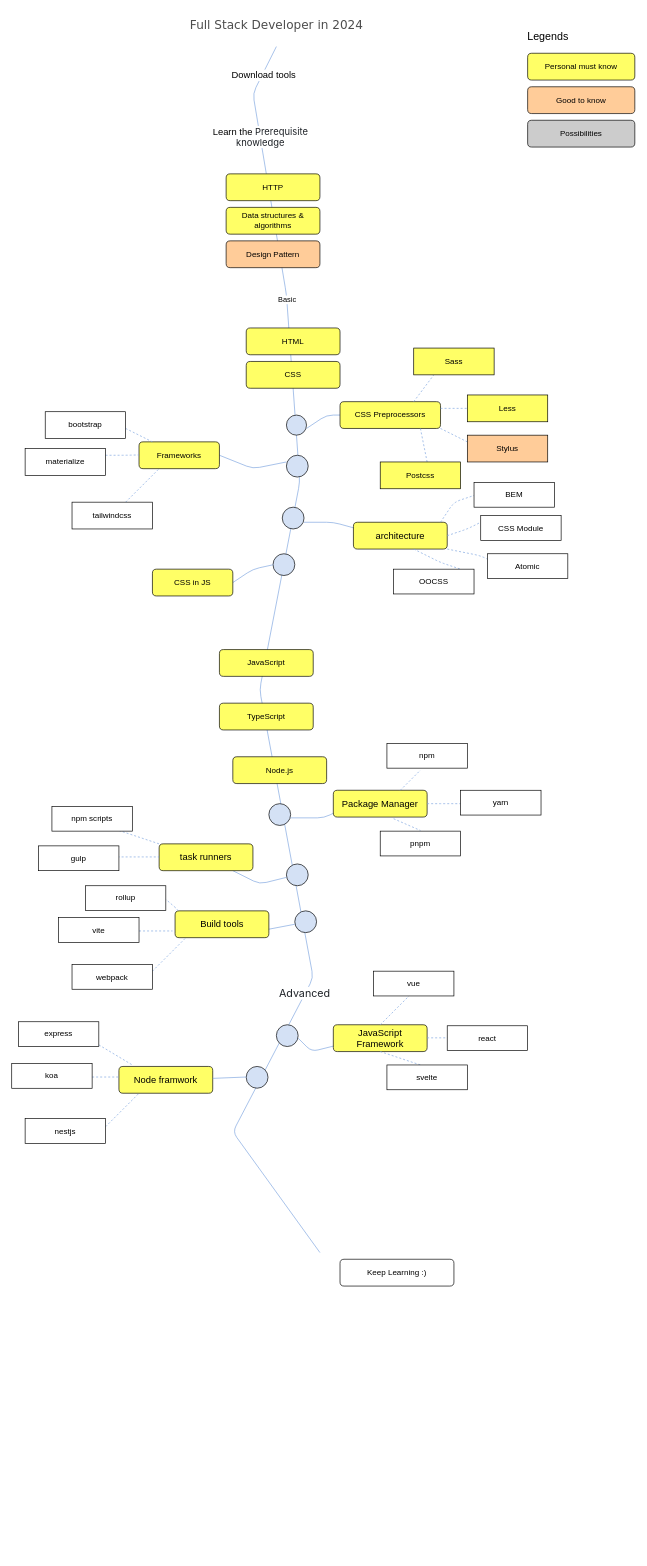
Above: full-stack-developer-roadmap.drawio in yaxingson/full-stack-developer-roadmap (draw.io), before the change. Source tidied: cells renumbered, new cells numbered last; positions are measured from the earlier drawing's top-left corner, leaving out a move shared by most shapes. Both pictures are drawn from the tidied source at 67%, with x=0, y=0 at pixel (11, 11).
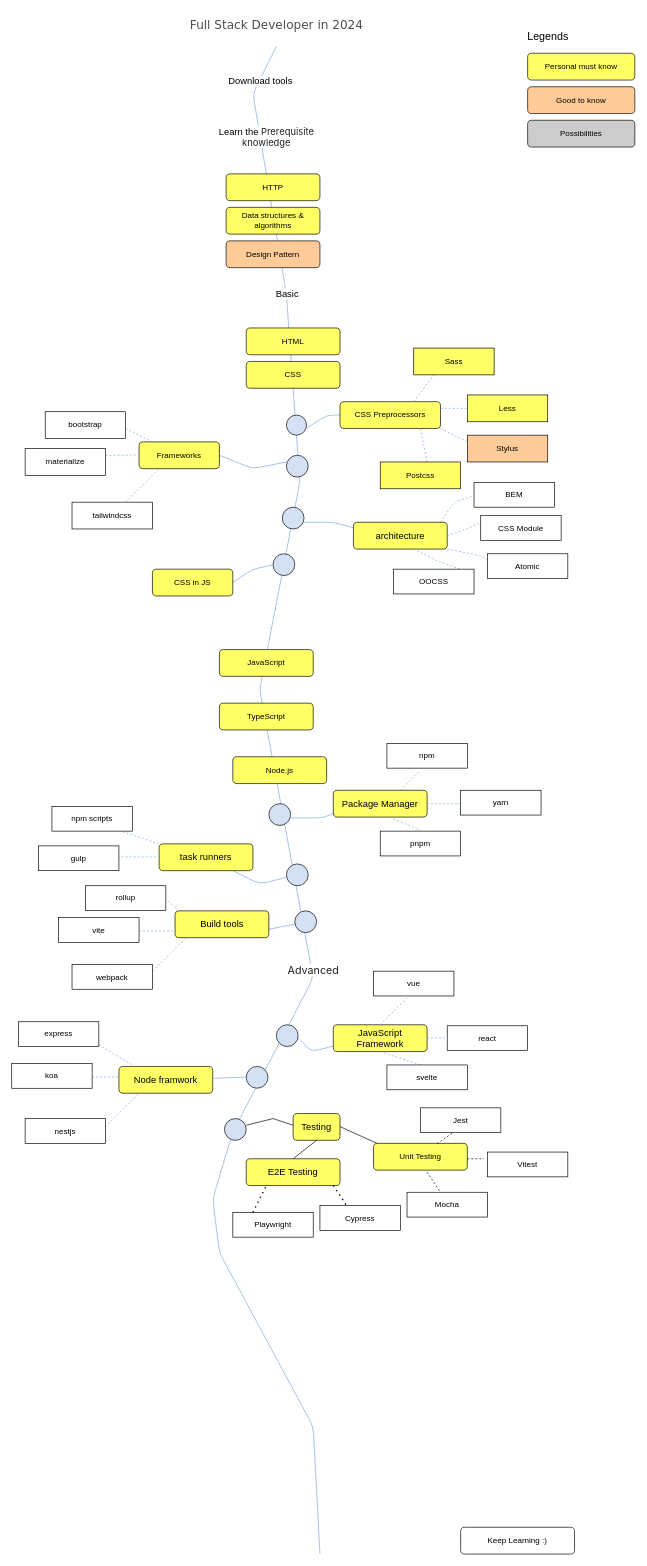
Above is the later version.

Change to the diagram source:
```diff
@@
     <mxCell id="7" value="Keep Learning :)" style="whiteSpace=wrap;html=1;rounded=1;" parent="1" vertex="1">
-      <mxGeometry x="490" y="1862" width="170" height="40" as="geometry" />
+      <mxGeometry x="670" y="2262" width="170" height="40" as="geometry" />
     </mxCell>
     <mxCell id="8" style="endArrow=none;html=1;rounded=1;strokeColor=#7EA6E0;" parent="1" edge="1">
       <mxGeometry relative="1" as="geometry">
-        <mxPoint x="460" y="1852" as="sourcePoint" />
+        <mxPoint x="460" y="2302" as="sourcePoint" />
         <mxPoint x="395" y="52" as="targetPoint" />
         <Array as="points">
+          <mxPoint x="450" y="2112" />
+          <mxPoint x="310" y="1852" />
+          <mxPoint x="300" y="1772" />
           <mxPoint x="330" y="1672" />
           <mxPoint x="450" y="1442" />
           <mxPoint x="370" y="1012" />
           <mxPoint x="430" y="702" />
           <mxPoint x="410" y="422" />
           <mxPoint x="360" y="122" />
         </Array>
       </mxGeometry>
     </mxCell>
@@
     <mxCell id="10" value="Learn the&amp;nbsp;&lt;span style=&quot;color: rgb(31, 35, 40); font-family: -apple-system, BlinkMacSystemFont, &amp;quot;Segoe UI&amp;quot;, &amp;quot;Noto Sans&amp;quot;, Helvetica, Arial, sans-serif, &amp;quot;Apple Color Emoji&amp;quot;, &amp;quot;Segoe UI Emoji&amp;quot;; text-align: left; text-wrap: wrap;&quot;&gt;Prerequisite knowledge&lt;/span&gt;" style="edgeLabel;html=1;align=center;verticalAlign=middle;rounded=1;fontSize=14;" parent="8" vertex="1">
       <mxGeometry x="0.75" y="-1" relative="1" as="geometry">
-        <mxPoint x="-17" y="-93" as="offset" />
+        <mxPoint x="-17" y="-147" as="offset" />
       </mxGeometry>
     </mxCell>
-    <mxCell id="11" value="Basic" style="edgeLabel;html=1;align=center;verticalAlign=middle;rounded=1;" parent="8" vertex="1">
+    <mxCell id="11" value="Basic" style="edgeLabel;html=1;align=center;verticalAlign=middle;rounded=1;spacing=14;fontSize=14;" parent="8" vertex="1">
       <mxGeometry x="0.37" y="-2" relative="1" as="geometry">
-        <mxPoint x="-17" y="-207" as="offset" />
+        <mxPoint x="-7" y="-357" as="offset" />
       </mxGeometry>
     </mxCell>
     <mxCell id="12" value="&lt;span style=&quot;color: rgb(31, 35, 40); font-family: -apple-system, BlinkMacSystemFont, &amp;quot;Segoe UI&amp;quot;, &amp;quot;Noto Sans&amp;quot;, Helvetica, Arial, sans-serif, &amp;quot;Apple Color Emoji&amp;quot;, &amp;quot;Segoe UI Emoji&amp;quot;; font-size: 16px; text-align: left; text-wrap: wrap;&quot;&gt;Advanced&lt;/span&gt;" style="edgeLabel;html=1;align=center;verticalAlign=middle;rounded=1;" parent="8" vertex="1">
-      <mxGeometry x="-0.52" y="1" relative="1" as="geometry" />
+      <mxGeometry x="-0.52" y="1" relative="1" as="geometry">
+        <mxPoint x="150" y="-346" as="offset" />
+      </mxGeometry>
     </mxCell>
@@
+    <mxCell id="98" style="ellipse;whiteSpace=wrap;html=1;rounded=1;strokeColor=default;align=center;verticalAlign=middle;fontFamily=Helvetica;fontSize=12;fontColor=default;fillColor=#D4E1F5;" parent="1" vertex="1">
+      <mxGeometry x="317.5" y="1652" width="32.5" height="32.5" as="geometry" />
+    </mxCell>
+    <mxCell id="99" style="endArrow=none;html=1;rounded=0;" parent="1" edge="1">
+      <mxGeometry relative="1" as="geometry">
+        <mxPoint x="350" y="1662" as="sourcePoint" />
+        <mxPoint x="420" y="1662" as="targetPoint" />
+        <Array as="points">
+          <mxPoint x="390" y="1652" />
+        </Array>
+      </mxGeometry>
+    </mxCell>
+    <mxCell id="100" value="&lt;span style=&quot;font-size: 14px;&quot;&gt;Testing&lt;/span&gt;" style="rounded=1;whiteSpace=wrap;html=1;strokeColor=default;align=center;verticalAlign=middle;fontFamily=Helvetica;fontSize=12;fontColor=default;fillColor=#FFFF66;gradientColor=none;" parent="1" vertex="1">
+      <mxGeometry x="420" y="1644.5" width="70" height="40" as="geometry" />
+    </mxCell>
+    <mxCell id="101" style="endArrow=none;html=1;rounded=0;entryX=0.1;entryY=0.1;entryDx=0;entryDy=0;entryPerimeter=0;" parent="1" edge="1" target="103">
+      <mxGeometry relative="1" as="geometry">
+        <mxPoint x="490" y="1664" as="sourcePoint" />
+      </mxGeometry>
+    </mxCell>
+    <mxCell id="102" style="endArrow=none;html=1;rounded=0;entryX=0.5;entryY=0;entryDx=0;entryDy=0;exitX=0.5;exitY=1;exitDx=0;exitDy=0;" parent="1" edge="1" source="100" target="104">
+      <mxGeometry relative="1" as="geometry" />
+    </mxCell>
+    <mxCell id="103" value="Unit Testing" style="rounded=1;whiteSpace=wrap;html=1;strokeColor=default;align=center;verticalAlign=middle;fontFamily=Helvetica;fontSize=12;fontColor=default;fillColor=#FFFF66;gradientColor=none;" parent="1" vertex="1">
+      <mxGeometry x="540" y="1689" width="140" height="40" as="geometry" />
+    </mxCell>
+    <mxCell id="104" value="&lt;span style=&quot;font-size: 14px;&quot;&gt;E2E Testing&lt;/span&gt;" style="rounded=1;whiteSpace=wrap;html=1;strokeColor=default;align=center;verticalAlign=middle;fontFamily=Helvetica;fontSize=12;fontColor=default;fillColor=#FFFF66;gradientColor=none;" parent="1" vertex="1">
+      <mxGeometry x="350" y="1712" width="140" height="40" as="geometry" />
+    </mxCell>
+    <mxCell id="105" style="endArrow=none;dashed=1;html=1;rounded=0;" parent="1" edge="1">
+      <mxGeometry relative="1" as="geometry">
+        <mxPoint x="635" y="1689.5" as="sourcePoint" />
+        <mxPoint x="660" y="1672" as="targetPoint" />
+      </mxGeometry>
+    </mxCell>
+    <mxCell id="106" style="endArrow=none;dashed=1;html=1;rounded=0;" parent="1" edge="1">
+      <mxGeometry relative="1" as="geometry">
+        <mxPoint x="620" y="1732" as="sourcePoint" />
+        <mxPoint x="640" y="1762" as="targetPoint" />
+      </mxGeometry>
+    </mxCell>
+    <mxCell id="107" style="endArrow=none;dashed=1;html=1;rounded=0;" parent="1" edge="1">
+      <mxGeometry relative="1" as="geometry">
+        <mxPoint x="680" y="1712" as="sourcePoint" />
+        <mxPoint x="705" y="1712" as="targetPoint" />
+      </mxGeometry>
+    </mxCell>
+    <mxCell id="108" value="Jest" style="rounded=0;whiteSpace=wrap;html=1;" parent="1" vertex="1">
+      <mxGeometry x="610" y="1636" width="120" height="37" as="geometry" />
+    </mxCell>
+    <mxCell id="109" value="Vitest" style="rounded=0;whiteSpace=wrap;html=1;" parent="1" vertex="1">
+      <mxGeometry x="710" y="1702" width="120" height="37" as="geometry" />
+    </mxCell>
+    <mxCell id="110" value="Mocha" style="rounded=0;whiteSpace=wrap;html=1;" parent="1" vertex="1">
+      <mxGeometry x="590" y="1762" width="120" height="37" as="geometry" />
+    </mxCell>
+    <mxCell id="111" style="endArrow=none;dashed=1;html=1;dashPattern=1 3;strokeWidth=2;rounded=0;" parent="1" edge="1">
+      <mxGeometry relative="1" as="geometry">
+        <mxPoint x="360" y="1792" as="sourcePoint" />
+        <mxPoint x="380" y="1752" as="targetPoint" />
+      </mxGeometry>
+    </mxCell>
+    <mxCell id="112" style="endArrow=none;dashed=1;html=1;dashPattern=1 3;strokeWidth=2;rounded=0;" parent="1" edge="1">
+      <mxGeometry relative="1" as="geometry">
+        <mxPoint x="480" y="1752" as="sourcePoint" />
+        <mxPoint x="500" y="1782" as="targetPoint" />
+      </mxGeometry>
+    </mxCell>
+    <mxCell id="113" value="Cypress" style="rounded=0;whiteSpace=wrap;html=1;" parent="1" vertex="1">
+      <mxGeometry x="460" y="1782" width="120" height="37" as="geometry" />
+    </mxCell>
+    <mxCell id="114" value="Playwright" style="rounded=0;whiteSpace=wrap;html=1;" parent="1" vertex="1">
+      <mxGeometry x="330" y="1792" width="120" height="37" as="geometry" />
+    </mxCell>
```
